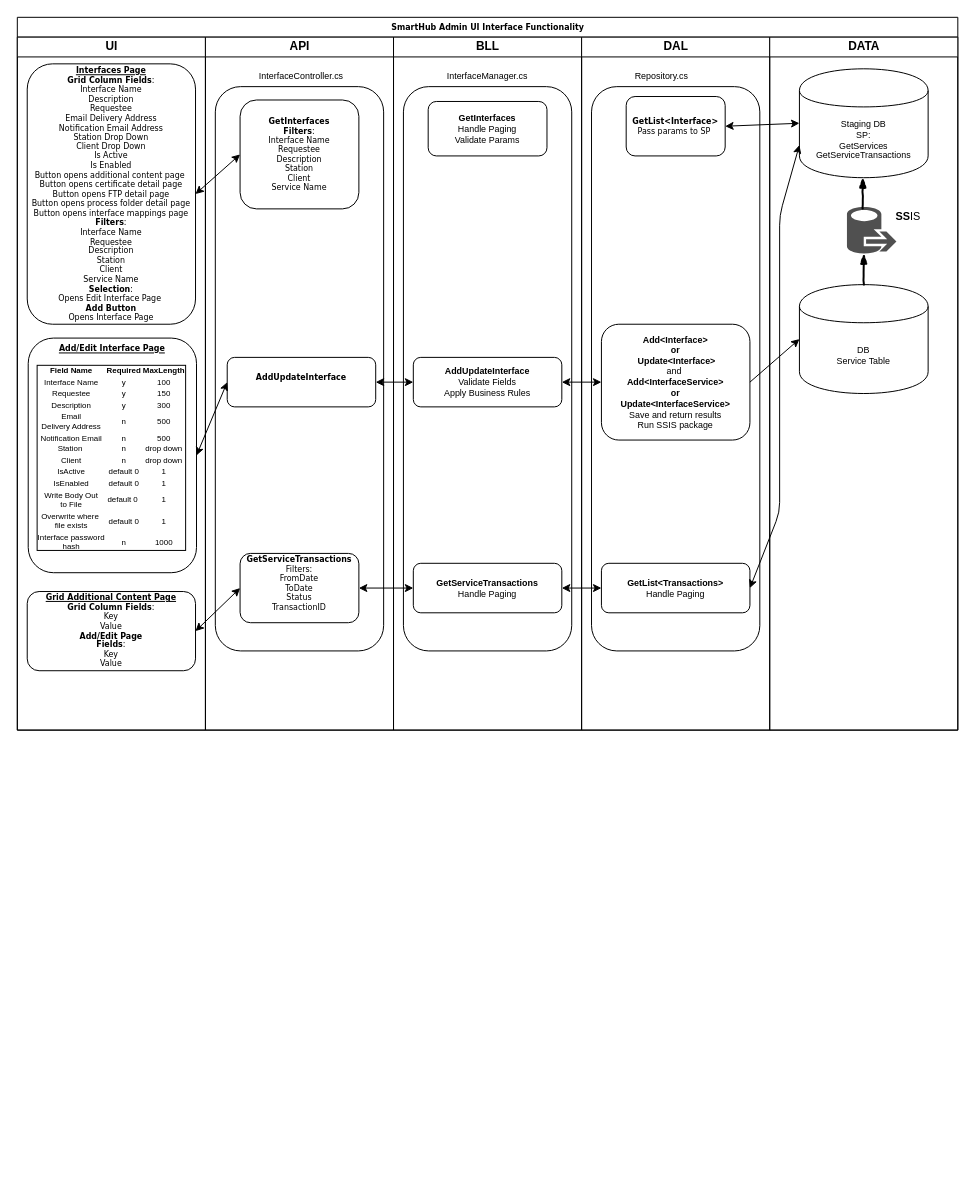
Cyrolies/TigersFreightDocs keeps this draw.io diagram as SHAdminUI-Interface-Functionality.drawio. Above is the earlier version. Source tidied: cells renumbered, new cells numbered last; positions are measured from the earlier drawing's top-left corner, leaving out a move shared by most shapes. Both pictures are drawn from the tidied source at 99%, with x=0, y=0 at pixel (17, 17).
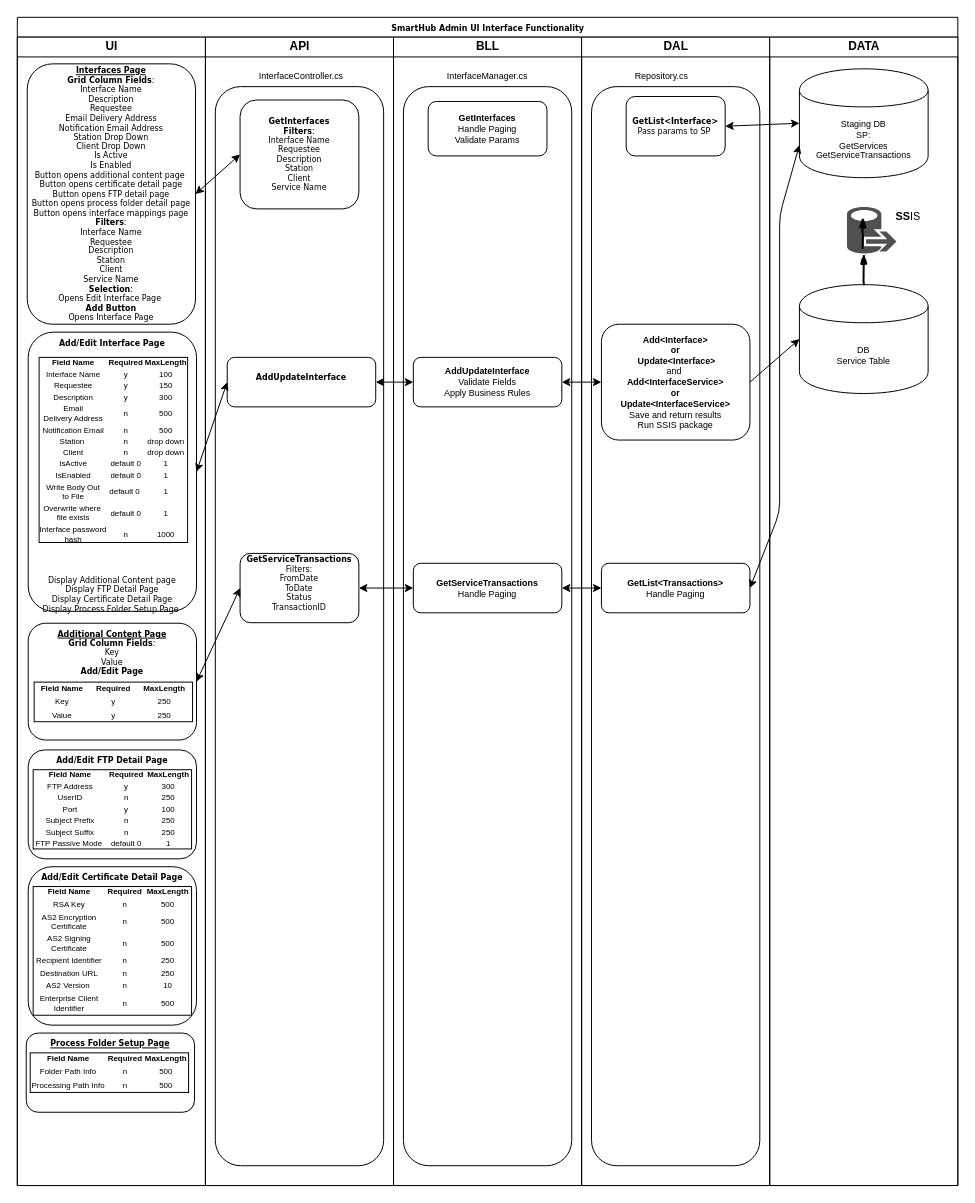
The same page after the edit.

The edit, as a diff of the source:
```diff
@@
-    <mxCell id="2" value="SmartHub Admin UI Interface Functionality" style="swimlane;html=1;startSize=20;rounded=0;shadow=0;labelBackgroundColor=none;strokeColor=#000000;strokeWidth=1;fillColor=#ffffff;fontFamily=Verdana;fontSize=8;fontColor=#000000;align=center;" parent="1" vertex="1">
-      <mxGeometry width="950" height="720" as="geometry" />
+    <mxCell id="2" value="SmartHub Admin UI Interface Functionality" style="swimlane;html=1;startSize=20;rounded=0;shadow=0;labelBackgroundColor=none;strokeColor=#000000;strokeWidth=1;fillColor=#ffffff;fontFamily=Verdana;fontSize=8;fontColor=#000000;align=center;verticalAlign=top;" parent="1" vertex="1">
+      <mxGeometry width="950" height="1180" as="geometry" />
     </mxCell>
     <mxCell id="3" value="UI" style="swimlane;html=1;startSize=20;" parent="2" vertex="1">
-      <mxGeometry y="20" width="190" height="700" as="geometry" />
+      <mxGeometry y="20" width="190" height="1160" as="geometry" />
     </mxCell>
+    <mxCell id="43" value="&lt;b&gt;&lt;u&gt;Process Folder Setup Page&lt;/u&gt;&lt;/b&gt;&lt;br&gt;" style="rounded=1;whiteSpace=wrap;html=1;shadow=0;labelBackgroundColor=none;strokeColor=#000000;strokeWidth=1;fillColor=#ffffff;fontFamily=Verdana;fontSize=8;fontColor=#000000;align=center;verticalAlign=top;" parent="3" vertex="1">
+      <mxGeometry x="9" y="1006" width="170" height="80" as="geometry" />
+    </mxCell>
@@
-    <mxCell id="5" value="&lt;b&gt;&lt;u&gt;Add/Edit Interface Page&lt;/u&gt;&lt;/b&gt;" style="rounded=1;whiteSpace=wrap;html=1;shadow=0;labelBackgroundColor=none;strokeColor=#000000;strokeWidth=1;fillColor=#ffffff;fontFamily=Verdana;fontSize=8;fontColor=#000000;align=center;verticalAlign=top;" parent="3" vertex="1">
-      <mxGeometry x="11" y="304" width="170" height="237" as="geometry" />
+    <mxCell id="5" value="&lt;b&gt;Add/Edit Interface Page&lt;/b&gt;&lt;br&gt;&lt;br&gt;&lt;br&gt;&lt;br&gt;&lt;br&gt;&lt;br&gt;&lt;br&gt;&lt;br&gt;&lt;br&gt;&lt;br&gt;&lt;br&gt;&lt;br&gt;&lt;br&gt;&lt;br&gt;&lt;br&gt;&lt;br&gt;&lt;br&gt;&lt;br&gt;&lt;br&gt;&lt;br&gt;&lt;br&gt;&lt;br&gt;&lt;br&gt;&lt;br&gt;&lt;br&gt;Display Additional Content page&lt;br&gt;Display FTP Detail Page&lt;br&gt;Display Certificate Detail Page&lt;br&gt;Display Process Folder Setup Page&amp;nbsp;" style="rounded=1;whiteSpace=wrap;html=1;shadow=0;labelBackgroundColor=none;strokeColor=#000000;strokeWidth=1;fillColor=#ffffff;fontFamily=Verdana;fontSize=8;fontColor=#000000;align=center;verticalAlign=top;" parent="3" vertex="1">
+      <mxGeometry x="11" y="298" width="170" height="282" as="geometry" />
     </mxCell>
-    <mxCell id="6" value="&lt;b&gt;&lt;u&gt;Grid Additional Content Page&lt;/u&gt;&lt;/b&gt;&lt;br&gt;&lt;b&gt;Grid Column Fields&lt;/b&gt;:&lt;br&gt;Key&lt;br&gt;Value&lt;br&gt;&lt;b&gt;Add/Edit Page&lt;br&gt;Fields&lt;/b&gt;:&lt;br&gt;Key&lt;br&gt;Value" style="rounded=1;whiteSpace=wrap;html=1;shadow=0;labelBackgroundColor=none;strokeColor=#000000;strokeWidth=1;fillColor=#ffffff;fontFamily=Verdana;fontSize=8;fontColor=#000000;align=center;" parent="3" vertex="1">
-      <mxGeometry x="10" y="560" width="170" height="80" as="geometry" />
+    <mxCell id="6" value="&lt;b&gt;&lt;u&gt;Additional Content Page&lt;/u&gt;&lt;/b&gt;&lt;br&gt;&lt;b&gt;Grid Column Fields&lt;/b&gt;:&lt;br&gt;Key&lt;br&gt;Value&lt;br&gt;&lt;b&gt;Add/Edit Page&lt;br&gt;&lt;/b&gt;" style="rounded=1;whiteSpace=wrap;html=1;shadow=0;labelBackgroundColor=none;strokeColor=#000000;strokeWidth=1;fillColor=#ffffff;fontFamily=Verdana;fontSize=8;fontColor=#000000;align=center;verticalAlign=top;" parent="3" vertex="1">
+      <mxGeometry x="11" y="592" width="170" height="118" as="geometry" />
     </mxCell>
     <mxCell id="7" value="&lt;table border=&quot;0&quot; width=&quot;100%&quot; style=&quot;width: 100% ; height: 100% ; border-collapse: collapse&quot;&gt;&lt;tbody&gt;&lt;tr&gt;&lt;td&gt;&lt;b&gt;Field Name&lt;/b&gt;&lt;/td&gt;&lt;td&gt;&lt;b&gt;Required&lt;/b&gt;&lt;/td&gt;&lt;td&gt;&lt;b&gt;MaxLength&lt;/b&gt;&lt;/td&gt;&lt;/tr&gt;&lt;tr&gt;&lt;td&gt;Interface Name&lt;/td&gt;&lt;td&gt;y&lt;/td&gt;&lt;td&gt;100&lt;/td&gt;&lt;/tr&gt;&lt;tr&gt;&lt;td&gt;Requestee&lt;/td&gt;&lt;td&gt;y&lt;/td&gt;&lt;td&gt;150&lt;/td&gt;&lt;/tr&gt;&lt;tr&gt;&lt;td&gt;Description&lt;/td&gt;&lt;td&gt;y&lt;/td&gt;&lt;td&gt;300&lt;/td&gt;&lt;/tr&gt;&lt;tr&gt;&lt;td&gt;Email &lt;br&gt;Delivery Address&lt;/td&gt;&lt;td&gt;n&lt;/td&gt;&lt;td&gt;500&lt;/td&gt;&lt;/tr&gt;&lt;tr&gt;&lt;td&gt;Notification Email&lt;br&gt;&lt;/td&gt;&lt;td&gt;n&lt;/td&gt;&lt;td&gt;500&lt;/td&gt;&lt;/tr&gt;&lt;tr&gt;&lt;td&gt;Station&amp;nbsp;&lt;/td&gt;&lt;td&gt;n&lt;/td&gt;&lt;td&gt;drop down&lt;/td&gt;&lt;/tr&gt;&lt;tr&gt;&lt;td&gt;Client&lt;/td&gt;&lt;td&gt;n&lt;/td&gt;&lt;td&gt;drop down&lt;/td&gt;&lt;/tr&gt;&lt;tr&gt;&lt;td&gt;IsActive&lt;/td&gt;&lt;td&gt;default 0&lt;/td&gt;&lt;td&gt;1&lt;/td&gt;&lt;/tr&gt;&lt;tr&gt;&lt;td&gt;IsEnabled&lt;/td&gt;&lt;td&gt;default 0&lt;/td&gt;&lt;td&gt;1&lt;/td&gt;&lt;/tr&gt;&lt;tr&gt;&lt;td&gt;Write Body Out&lt;br&gt;to File&lt;/td&gt;&lt;td&gt;default 0&amp;nbsp;&lt;/td&gt;&lt;td&gt;1&lt;/td&gt;&lt;/tr&gt;&lt;tr&gt;&lt;td&gt;Overwrite where&amp;nbsp;&lt;br&gt;file exists&lt;/td&gt;&lt;td&gt;default 0&lt;/td&gt;&lt;td&gt;1&lt;/td&gt;&lt;/tr&gt;&lt;tr&gt;&lt;td&gt;Interface password&lt;br&gt;hash&lt;/td&gt;&lt;td&gt;n&lt;/td&gt;&lt;td&gt;1000&lt;/td&gt;&lt;/tr&gt;&lt;tr&gt;&lt;td&gt;&lt;br&gt;&lt;/td&gt;&lt;td&gt;&lt;br&gt;&lt;/td&gt;&lt;td&gt;&lt;br&gt;&lt;/td&gt;&lt;/tr&gt;&lt;tr&gt;&lt;td&gt;&lt;br&gt;&lt;/td&gt;&lt;td&gt;&lt;br&gt;&lt;/td&gt;&lt;td&gt;&lt;br&gt;&lt;/td&gt;&lt;/tr&gt;&lt;/tbody&gt;&lt;/table&gt;" style="text;html=1;strokeColor=#000000;fillColor=none;overflow=fill;fontSize=8;align=center;strokeWidth=1;" parent="3" vertex="1">
-      <mxGeometry x="20" y="331.5" width="150" height="187" as="geometry" />
+      <mxGeometry x="22" y="323.5" width="150" height="187" as="geometry" />
     </mxCell>
+    <mxCell id="44" value="&lt;b&gt;Add/Edit FTP Detail Page&lt;br&gt;&lt;/b&gt;" style="rounded=1;whiteSpace=wrap;html=1;shadow=0;labelBackgroundColor=none;strokeColor=#000000;strokeWidth=1;fillColor=#ffffff;fontFamily=Verdana;fontSize=8;fontColor=#000000;align=center;verticalAlign=top;" parent="3" vertex="1">
+      <mxGeometry x="11" y="720" width="170" height="110" as="geometry" />
+    </mxCell>
+    <mxCell id="45" value="&lt;table border=&quot;0&quot; width=&quot;100%&quot; style=&quot;width: 100% ; height: 100% ; border-collapse: collapse&quot;&gt;&lt;tbody&gt;&lt;tr&gt;&lt;td&gt;&lt;b&gt;Field Name&lt;/b&gt;&lt;/td&gt;&lt;td&gt;&lt;b&gt;Required&lt;/b&gt;&lt;/td&gt;&lt;td&gt;&lt;b&gt;MaxLength&lt;/b&gt;&lt;/td&gt;&lt;/tr&gt;&lt;tr&gt;&lt;td&gt;FTP Address&lt;/td&gt;&lt;td&gt;y&lt;/td&gt;&lt;td&gt;300&lt;/td&gt;&lt;/tr&gt;&lt;tr&gt;&lt;td&gt;UserID&lt;/td&gt;&lt;td&gt;n&lt;/td&gt;&lt;td&gt;250&lt;/td&gt;&lt;/tr&gt;&lt;tr&gt;&lt;td&gt;Port&lt;/td&gt;&lt;td&gt;y&lt;/td&gt;&lt;td&gt;100&lt;/td&gt;&lt;/tr&gt;&lt;tr&gt;&lt;td&gt;Subject Prefix&lt;br&gt;&lt;/td&gt;&lt;td&gt;n&lt;/td&gt;&lt;td&gt;250&lt;/td&gt;&lt;/tr&gt;&lt;tr&gt;&lt;td&gt;Subject Suffix&lt;/td&gt;&lt;td&gt;n&lt;/td&gt;&lt;td&gt;250&lt;/td&gt;&lt;/tr&gt;&lt;tr&gt;&lt;td&gt;FTP Passive Mode&amp;nbsp;&lt;/td&gt;&lt;td&gt;default 0&lt;/td&gt;&lt;td&gt;1&lt;/td&gt;&lt;/tr&gt;&lt;/tbody&gt;&lt;/table&gt;" style="text;html=1;strokeColor=#000000;fillColor=none;overflow=fill;fontSize=8;align=center;strokeWidth=1;" parent="3" vertex="1">
+      <mxGeometry x="16" y="740" width="160" height="80" as="geometry" />
+    </mxCell>
+    <mxCell id="46" value="&lt;b&gt;Add/Edit Certificate Detail Page&lt;br&gt;&lt;/b&gt;" style="rounded=1;whiteSpace=wrap;html=1;shadow=0;labelBackgroundColor=none;strokeColor=#000000;strokeWidth=1;fillColor=#ffffff;fontFamily=Verdana;fontSize=8;fontColor=#000000;align=center;verticalAlign=top;" parent="3" vertex="1">
+      <mxGeometry x="11" y="838" width="170" height="160" as="geometry" />
+    </mxCell>
+    <mxCell id="47" value="&lt;table border=&quot;0&quot; width=&quot;100%&quot; style=&quot;width: 100% ; height: 100% ; border-collapse: collapse&quot;&gt;&lt;tbody&gt;&lt;tr&gt;&lt;td&gt;&lt;b&gt;Field Name&lt;/b&gt;&lt;/td&gt;&lt;td&gt;&lt;b&gt;Required&lt;/b&gt;&lt;/td&gt;&lt;td&gt;&lt;b&gt;MaxLength&lt;/b&gt;&lt;/td&gt;&lt;/tr&gt;&lt;tr&gt;&lt;td&gt;RSA Key&lt;/td&gt;&lt;td&gt;n&lt;/td&gt;&lt;td&gt;500&lt;/td&gt;&lt;/tr&gt;&lt;tr&gt;&lt;td&gt;AS2 Encryption&lt;br&gt;Certificate&lt;/td&gt;&lt;td&gt;n&lt;/td&gt;&lt;td&gt;500&lt;/td&gt;&lt;/tr&gt;&lt;tr&gt;&lt;td&gt;AS2 Signing&lt;br&gt;Certificate&lt;/td&gt;&lt;td&gt;n&lt;/td&gt;&lt;td&gt;500&lt;/td&gt;&lt;/tr&gt;&lt;tr&gt;&lt;td&gt;Recipient Identifier&lt;/td&gt;&lt;td&gt;n&lt;/td&gt;&lt;td&gt;250&lt;/td&gt;&lt;/tr&gt;&lt;tr&gt;&lt;td&gt;Destination URL&lt;/td&gt;&lt;td&gt;n&lt;/td&gt;&lt;td&gt;250&lt;/td&gt;&lt;/tr&gt;&lt;tr&gt;&lt;td&gt;AS2 Version&amp;nbsp;&lt;/td&gt;&lt;td&gt;n&lt;/td&gt;&lt;td&gt;10&lt;/td&gt;&lt;/tr&gt;&lt;tr&gt;&lt;td&gt;Enterprise Client&lt;br&gt;Identifier&lt;/td&gt;&lt;td&gt;n&lt;/td&gt;&lt;td&gt;500&lt;/td&gt;&lt;/tr&gt;&lt;/tbody&gt;&lt;/table&gt;" style="text;html=1;strokeColor=#000000;fillColor=none;overflow=fill;fontSize=8;align=center;strokeWidth=1;" parent="3" vertex="1">
+      <mxGeometry x="16" y="858" width="160" height="130" as="geometry" />
+    </mxCell>
+    <mxCell id="48" value="&lt;table border=&quot;0&quot; width=&quot;100%&quot; style=&quot;width: 100% ; height: 100% ; border-collapse: collapse&quot;&gt;&lt;tbody&gt;&lt;tr&gt;&lt;td&gt;&lt;b&gt;Field Name&lt;/b&gt;&lt;/td&gt;&lt;td&gt;&lt;b&gt;Required&lt;/b&gt;&lt;/td&gt;&lt;td&gt;&lt;b&gt;MaxLength&lt;/b&gt;&lt;/td&gt;&lt;/tr&gt;&lt;tr&gt;&lt;td&gt;Folder Path Info&lt;/td&gt;&lt;td&gt;n&lt;/td&gt;&lt;td&gt;500&lt;/td&gt;&lt;/tr&gt;&lt;tr&gt;&lt;td&gt;Processing Path Info&lt;/td&gt;&lt;td&gt;n&lt;/td&gt;&lt;td&gt;500&lt;/td&gt;&lt;/tr&gt;&lt;/tbody&gt;&lt;/table&gt;" style="text;html=1;strokeColor=#000000;fillColor=none;overflow=fill;fontSize=8;align=center;strokeWidth=1;" parent="3" vertex="1">
+      <mxGeometry x="13" y="1026" width="160" height="40" as="geometry" />
+    </mxCell>
+    <mxCell id="49" value="&lt;table border=&quot;0&quot; width=&quot;100%&quot; style=&quot;width: 100% ; height: 100% ; border-collapse: collapse&quot;&gt;&lt;tbody&gt;&lt;tr&gt;&lt;td&gt;&lt;b&gt;Field Name&lt;/b&gt;&lt;/td&gt;&lt;td&gt;&lt;b&gt;Required&lt;/b&gt;&lt;/td&gt;&lt;td&gt;&lt;b&gt;MaxLength&lt;/b&gt;&lt;/td&gt;&lt;/tr&gt;&lt;tr&gt;&lt;td&gt;Key&lt;/td&gt;&lt;td&gt;y&lt;/td&gt;&lt;td&gt;250&lt;/td&gt;&lt;/tr&gt;&lt;tr&gt;&lt;td&gt;Value&lt;/td&gt;&lt;td&gt;y&lt;/td&gt;&lt;td&gt;250&lt;/td&gt;&lt;/tr&gt;&lt;/tbody&gt;&lt;/table&gt;" style="text;html=1;strokeColor=#000000;fillColor=none;overflow=fill;fontSize=8;align=center;strokeWidth=1;" parent="3" vertex="1">
+      <mxGeometry x="17" y="651.5" width="160" height="40" as="geometry" />
+    </mxCell>
     <mxCell id="8" value="API" style="swimlane;html=1;startSize=20;" parent="2" vertex="1">
-      <mxGeometry x="190" y="20" width="190" height="700" as="geometry" />
+      <mxGeometry x="190" y="20" width="190" height="1160" as="geometry" />
     </mxCell>
     <mxCell id="9" style="rounded=1;whiteSpace=wrap;html=1;fontSize=9;align=center;" parent="8" vertex="1">
-      <mxGeometry x="10" y="50" width="170" height="570" as="geometry" />
+      <mxGeometry x="10" y="50" width="170" height="1090" as="geometry" />
     </mxCell>
@@
     <mxCell id="14" value="BLL" style="swimlane;html=1;startSize=20;" parent="2" vertex="1">
-      <mxGeometry x="380" y="20" width="190" height="700" as="geometry" />
+      <mxGeometry x="380" y="20" width="190" height="1160" as="geometry" />
     </mxCell>
     <mxCell id="15" style="rounded=1;whiteSpace=wrap;html=1;shadow=0;labelBackgroundColor=none;strokeColor=#000000;strokeWidth=1;fillColor=#ffffff;fontFamily=Verdana;fontSize=8;fontColor=#000000;align=center;" parent="14" vertex="1">
-      <mxGeometry x="10" y="50" width="170" height="570" as="geometry" />
+      <mxGeometry x="10" y="50" width="170" height="1090" as="geometry" />
     </mxCell>
@@
     <mxCell id="20" value="DAL" style="swimlane;html=1;startSize=20;" parent="2" vertex="1">
-      <mxGeometry x="570" y="20" width="190" height="700" as="geometry" />
+      <mxGeometry x="570" y="20" width="190" height="1160" as="geometry" />
     </mxCell>
     <mxCell id="21" style="rounded=1;whiteSpace=wrap;html=1;fontSize=9;align=center;" parent="20" vertex="1">
-      <mxGeometry x="10" y="50" width="170" height="570" as="geometry" />
+      <mxGeometry x="10" y="50" width="170" height="1090" as="geometry" />
     </mxCell>
@@
     <mxCell id="26" value="DATA" style="swimlane;html=1;startSize=20;align=center;" parent="2" vertex="1">
-      <mxGeometry x="760" y="20" width="190" height="700" as="geometry" />
+      <mxGeometry x="760" y="20" width="190" height="1160" as="geometry" />
     </mxCell>
@@
     <mxCell id="42" style="rounded=0;comic=1;strokeWidth=2;endArrow=blockThin;html=1;fontFamily=Comic Sans MS;fontStyle=1;exitX=0.5;exitY=0;exitDx=0;exitDy=0;entryX=0.34;entryY=0.995;entryDx=0;entryDy=0;entryPerimeter=0;" parent="1" edge="1">
       <mxGeometry relative="1" as="geometry">
-        <mxPoint x="854" y="193" as="sourcePoint" />
-        <mxPoint x="854" y="162" as="targetPoint" />
+        <mxPoint x="854" y="233" as="sourcePoint" />
+        <mxPoint x="854" y="202" as="targetPoint" />
       </mxGeometry>
     </mxCell>
```
